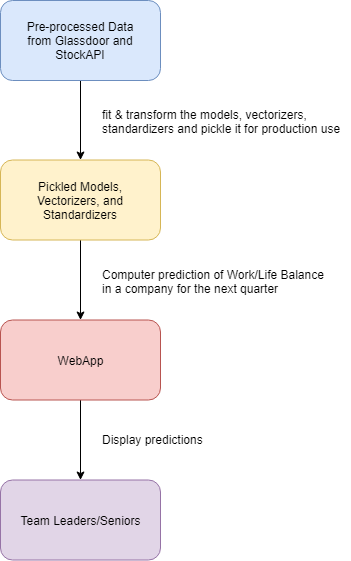
Earlier version of the draw.io export img/webapp_flowchart.png (qinj/Internal_Sentiment_Towards_Workplace). Source tidied: cells renumbered, new cells last; positions are measured from the earlier drawing's top-left corner, leaving out a move shared by most shapes.
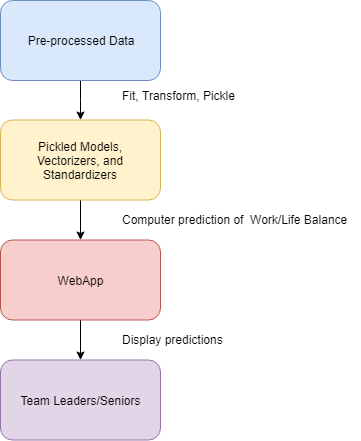
After the change.

Commit message:
updated flowchart and frontend stuff

What changed in the source:
```diff
@@ -5,8 +5,8 @@
     <mxCell id="2" style="edgeStyle=orthogonalEdgeStyle;rounded=0;jettySize=auto;html=1;" parent="1" edge="1" source="3" target="5">
       <mxGeometry relative="1" as="geometry" />
     </mxCell>
-    <mxCell id="3" value="Pre-processed Data&lt;br&gt;from Glassdoor and StockAPI&lt;br&gt;" style="rounded=1;whiteSpace=wrap;html=1;fillColor=#dae8fc;strokeColor=#6c8ebf;" parent="1" vertex="1">
-      <mxGeometry width="160" height="80" as="geometry" />
+    <mxCell id="3" value="Pre-processed Data&lt;br&gt;" style="rounded=1;whiteSpace=wrap;html=1;fillColor=#dae8fc;strokeColor=#6c8ebf;" parent="1" vertex="1">
+      <mxGeometry y="40" width="160" height="80" as="geometry" />
     </mxCell>
     <mxCell id="4" style="edgeStyle=orthogonalEdgeStyle;rounded=0;jettySize=auto;html=1;" parent="1" edge="1" source="5" target="7">
       <mxGeometry relative="1" as="geometry" />
@@ -18,19 +18,19 @@
       <mxGeometry relative="1" as="geometry" />
     </mxCell>
     <mxCell id="7" value="WebApp" style="rounded=1;whiteSpace=wrap;html=1;fillColor=#f8cecc;strokeColor=#b85450;" parent="1" vertex="1">
-      <mxGeometry y="319.5" width="160" height="80" as="geometry" />
+      <mxGeometry y="279.5" width="160" height="80" as="geometry" />
     </mxCell>
     <mxCell id="8" value="Team Leaders/Seniors&lt;br&gt;" style="rounded=1;whiteSpace=wrap;html=1;fillColor=#e1d5e7;strokeColor=#9673a6;" parent="1" vertex="1">
-      <mxGeometry y="479.5" width="160" height="80" as="geometry" />
+      <mxGeometry y="399.5" width="160" height="80" as="geometry" />
     </mxCell>
-    <mxCell id="9" value="Computer prediction of Work/Life Balance&lt;br&gt;in a company for the next quarter" style="text;html=1;align=left;verticalAlign=top;spacingTop=-4;" parent="1" vertex="1">
-      <mxGeometry x="100" y="264.5" width="240" height="30" as="geometry" />
+    <mxCell id="9" value="Computer prediction of&amp;nbsp; Work/Life Balance&lt;br&gt;" style="text;html=1;align=left;verticalAlign=top;spacingTop=-4;" parent="1" vertex="1">
+      <mxGeometry x="120" y="249.5" width="240" height="20" as="geometry" />
     </mxCell>
     <mxCell id="10" value="&lt;span&gt;Display predictions&lt;/span&gt;" style="text;html=1;align=left;verticalAlign=top;spacingTop=-4;" parent="1" vertex="1">
-      <mxGeometry x="100" y="429.5" width="120" height="20" as="geometry" />
+      <mxGeometry x="120" y="369.5" width="120" height="20" as="geometry" />
     </mxCell>
-    <mxCell id="11" value="fit &amp;amp; transform the models, vectorizers, &lt;br&gt;standardizers and pickle it for production use" style="text;html=1;align=left;verticalAlign=top;spacingTop=-4;" parent="1" vertex="1">
-      <mxGeometry x="100" y="105" width="250" height="30" as="geometry" />
+    <mxCell id="11" value="Fit, Transform, Pickle" style="text;html=1;align=left;verticalAlign=top;spacingTop=-4;" parent="1" vertex="1">
+      <mxGeometry x="120" y="126" width="130" height="20" as="geometry" />
     </mxCell>
   </root>
 </mxGraphModel>
```
